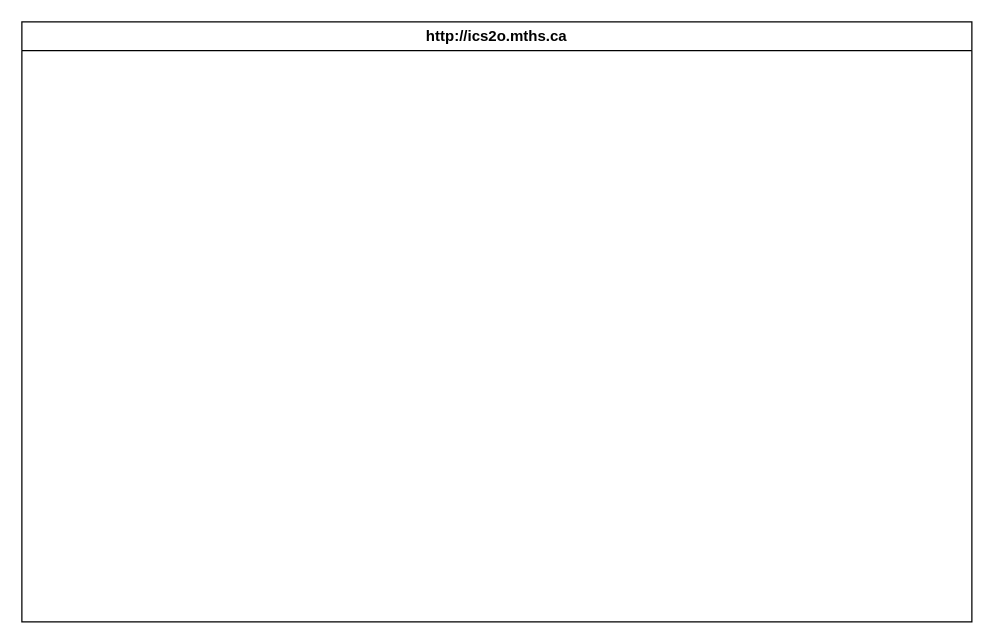
This is design/storyboard.drawio from MTHS-ICD2O-1-2023/ICD2O-Unit-5-07-George-Khalil-29, a draw.io file, before an edit. Source tidied: cells renumbered, new cells numbered last; positions are measured from the earlier drawing's top-left corner, leaving out a move shared by most shapes. Both pictures are drawn from the tidied source at 125%, with x=0, y=0 at pixel (21, 21).
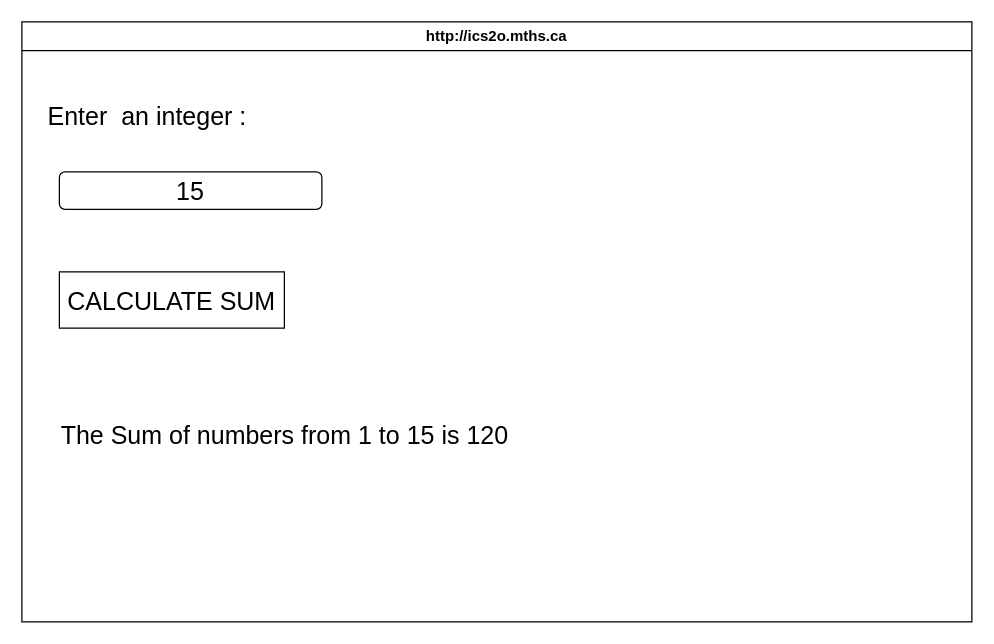
Above is the later version.

Change to the diagram source:
```diff
@@
 <mxGraphModel>
   <root>
     <mxCell id="0" />
     <mxCell id="1" parent="0" />
     <mxCell id="2" value="http://ics2o.mths.ca" style="swimlane;whiteSpace=wrap;html=1;" parent="1" vertex="1">
       <mxGeometry width="760" height="480" as="geometry" />
     </mxCell>
+    <mxCell id="3" value="&lt;font style=&quot;font-size: 20px;&quot;&gt;Enter&amp;nbsp; an integer :&lt;/font&gt;" style="text;html=1;align=center;verticalAlign=middle;strokeColor=none;fillColor=none;" parent="2" vertex="1">
+      <mxGeometry x="10" y="55" width="180" height="40" as="geometry" />
+    </mxCell>
+    <mxCell id="4" value="15" style="rounded=1;whiteSpace=wrap;html=1;fontSize=20;" parent="2" vertex="1">
+      <mxGeometry x="30" y="120" width="210" height="30" as="geometry" />
+    </mxCell>
+    <mxCell id="5" value="CALCULATE SUM" style="rounded=0;whiteSpace=wrap;html=1;fontSize=20;" parent="2" vertex="1">
+      <mxGeometry x="30" y="200" width="180" height="45" as="geometry" />
+    </mxCell>
+    <mxCell id="6" value="The Sum of numbers from 1 to 15 is 120" style="text;html=1;align=center;verticalAlign=middle;strokeColor=none;fillColor=none;fontSize=20;" parent="2" vertex="1">
+      <mxGeometry x="20" y="310" width="380" height="40" as="geometry" />
+    </mxCell>
   </root>
 </mxGraphModel>
```
